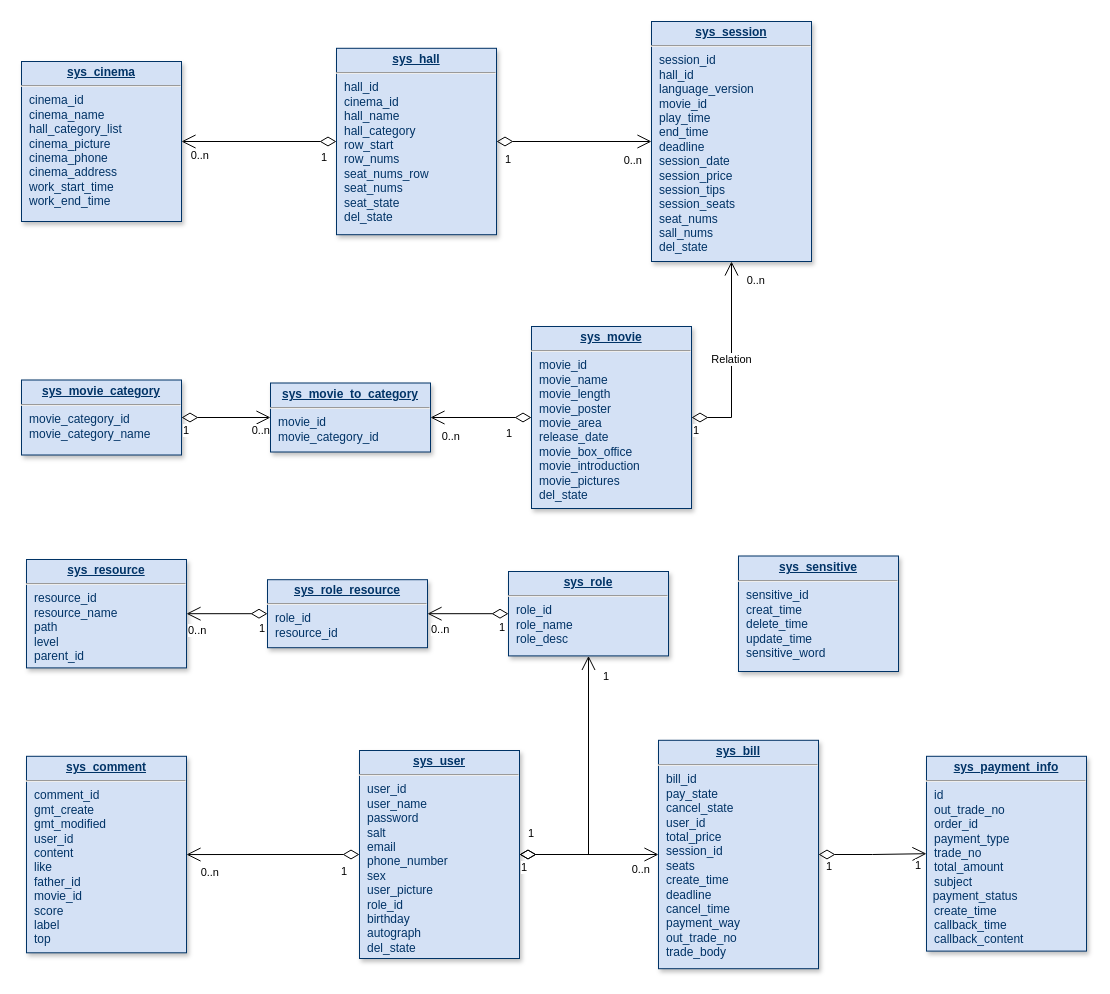
This is 未命名绘图1.drawio from Zhengwenbang/coolweather, a draw.io file, before an edit. Source tidied: cells renumbered, new cells numbered last; positions are measured from the earlier drawing's top-left corner, leaving out a move shared by most shapes. Both pictures are drawn from the tidied source at 100%, with x=0, y=0 at pixel (21, 21).
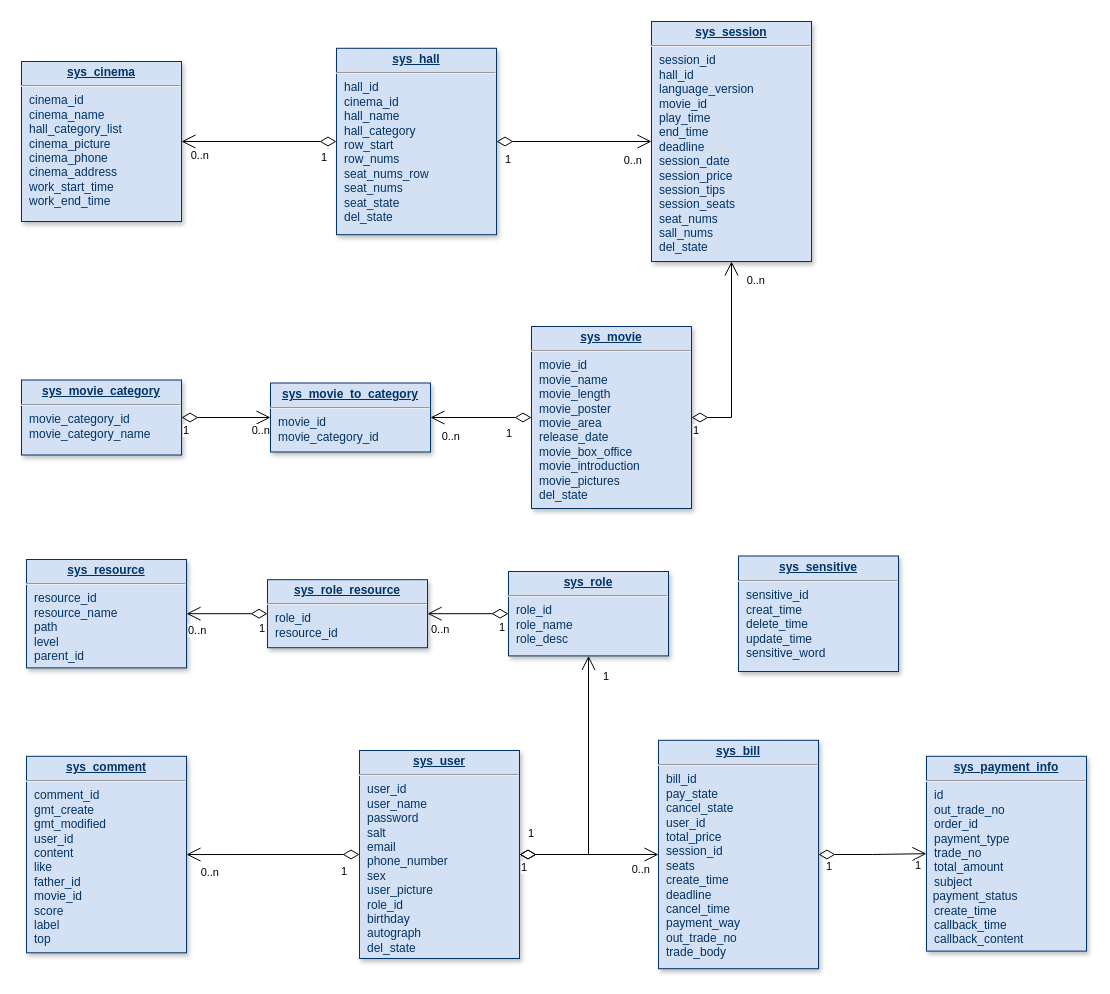
Above is the later version.

Commit message (it also covers changes not shown here):
更新未命名绘图1.drawio

The change refers to these unchanged cells:
```xml
<mxCell id="7" value="&lt;p style=&quot;margin: 4px 0px 0px; text-align: center;&quot;&gt;&lt;b&gt;&lt;u&gt;sys_movie&lt;/u&gt;&lt;/b&gt;&lt;br&gt;&lt;/p&gt;&lt;hr&gt;&lt;p style=&quot;margin: 0px; margin-left: 8px;&quot;&gt;movie_id&lt;/p&gt;&lt;p style=&quot;margin: 0px; margin-left: 8px;&quot;&gt;movie_name&lt;/p&gt;&lt;p style=&quot;margin: 0px; margin-left: 8px;&quot;&gt;movie_length&lt;/p&gt;&lt;p style=&quot;margin: 0px; margin-left: 8px;&quot;&gt;movie_poster&lt;/p&gt;&lt;p style=&quot;margin: 0px; margin-left: 8px;&quot;&gt;movie_area&lt;/p&gt;&lt;p style=&quot;margin: 0px; margin-left: 8px;&quot;&gt;release_date&lt;/p&gt;&lt;p style=&quot;margin: 0px; margin-left: 8px;&quot;&gt;movie_box_office&lt;/p&gt;&lt;p style=&quot;margin: 0px; margin-left: 8px;&quot;&gt;movie_introduction&lt;br&gt;&lt;/p&gt;&lt;p style=&quot;margin: 0px; margin-left: 8px;&quot;&gt;movie_pictures&lt;br&gt;&lt;/p&gt;&lt;p style=&quot;margin: 0px; margin-left: 8px;&quot;&gt;del_state&lt;br&gt;&lt;/p&gt;" style="verticalAlign=top;align=left;overflow=fill;fontSize=12;fontFamily=Helvetica;html=1;strokeColor=#003366;shadow=1;fillColor=#D4E1F5;fontColor=#003366;" parent="1" vertex="1">
  <mxGeometry x="510" y="305" width="160" height="182" as="geometry" />
</mxCell>
<mxCell id="9" value="&lt;p style=&quot;margin: 4px 0px 0px; text-align: center;&quot;&gt;&lt;b&gt;&lt;u&gt;sys_session&lt;/u&gt;&lt;/b&gt;&lt;br&gt;&lt;/p&gt;&lt;hr&gt;&lt;p style=&quot;margin: 0px; margin-left: 8px;&quot;&gt;session_id&lt;br&gt;hall_id&lt;/p&gt;&lt;p style=&quot;margin: 0px; margin-left: 8px;&quot;&gt;language_version&lt;/p&gt;&lt;p style=&quot;margin: 0px; margin-left: 8px;&quot;&gt;movie_id&lt;/p&gt;&lt;p style=&quot;margin: 0px; margin-left: 8px;&quot;&gt;play_time&lt;/p&gt;&lt;p style=&quot;margin: 0px; margin-left: 8px;&quot;&gt;end_time&lt;/p&gt;&lt;p style=&quot;margin: 0px; margin-left: 8px;&quot;&gt;deadline&lt;/p&gt;&lt;p style=&quot;margin: 0px; margin-left: 8px;&quot;&gt;session_date&lt;/p&gt;&lt;p style=&quot;margin: 0px; margin-left: 8px;&quot;&gt;session_price&lt;/p&gt;&lt;p style=&quot;margin: 0px; margin-left: 8px;&quot;&gt;session_tips&lt;/p&gt;&lt;p style=&quot;margin: 0px; margin-left: 8px;&quot;&gt;session_seats&lt;/p&gt;&lt;p style=&quot;margin: 0px; margin-left: 8px;&quot;&gt;seat_nums&lt;br&gt;&lt;/p&gt;&lt;p style=&quot;margin: 0px; margin-left: 8px;&quot;&gt;sall_nums&lt;br&gt;&lt;/p&gt;&lt;p style=&quot;margin: 0px; margin-left: 8px;&quot;&gt;del_state&lt;br&gt;&lt;/p&gt;" style="verticalAlign=top;align=left;overflow=fill;fontSize=12;fontFamily=Helvetica;html=1;strokeColor=#003366;shadow=1;fillColor=#D4E1F5;fontColor=#003366;" parent="1" vertex="1">
  <mxGeometry x="630" width="160" height="240" as="geometry" />
</mxCell>
```

Change to the diagram source:
```diff
@@
-    <mxCell id="31" value="Relation" style="endArrow=open;html=1;endSize=12;startArrow=diamondThin;startSize=14;startFill=0;edgeStyle=orthogonalEdgeStyle;rounded=0;exitX=1;exitY=0.5;exitDx=0;exitDy=0;entryX=0.5;entryY=1;entryDx=0;entryDy=0;" parent="1" edge="1" source="7" target="9">
+    <mxCell id="31" style="endArrow=open;html=1;endSize=12;startArrow=diamondThin;startSize=14;startFill=0;edgeStyle=orthogonalEdgeStyle;rounded=0;exitX=1;exitY=0.5;exitDx=0;exitDy=0;entryX=0.5;entryY=1;entryDx=0;entryDy=0;" parent="1" edge="1" source="7" target="9">
       <mxGeometry relative="1" as="geometry" />
     </mxCell>
```
